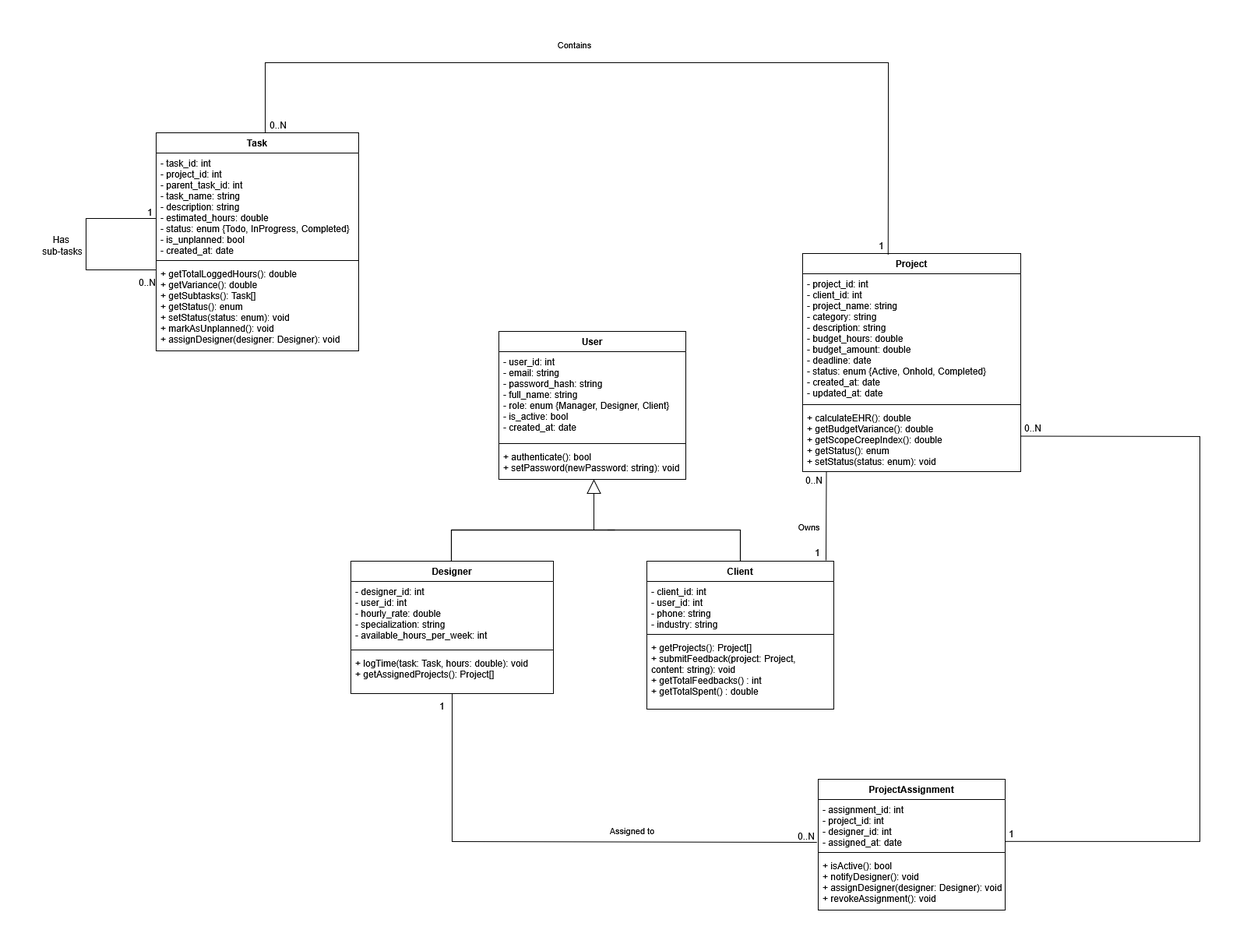
Earlier version of the draw.io export docs/diagrams/ClassSP2.drawio.png (mahdi000666/DesignFlow). Source tidied: cells renumbered, new cells last; positions are measured from the earlier drawing's top-left corner, leaving out a move shared by most shapes.
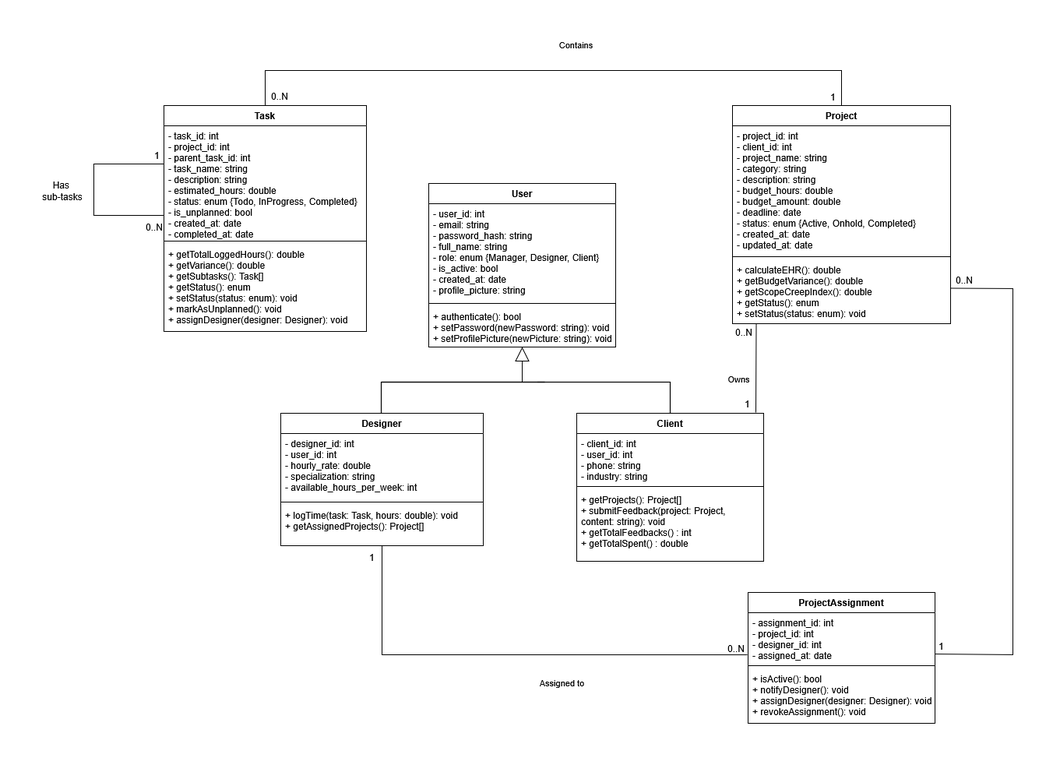
The same diagram one commit later.

Diff of the diagram source:
```diff
@@ -3,16 +3,16 @@
     <mxCell id="0" />
     <mxCell id="1" parent="0" />
     <mxCell id="2" value="User" style="swimlane;fontStyle=1;align=center;verticalAlign=top;horizontal=1;startSize=26;swimlaneFillColor=default;" parent="1" vertex="1">
-      <mxGeometry x="590" y="375" width="240" height="190" as="geometry" />
+      <mxGeometry x="590" y="375" width="240" height="210" as="geometry" />
     </mxCell>
-    <mxCell id="3" value="- user_id: int&#10;- email: string&#10;- password_hash: string&#10;- full_name: string&#10;- role: enum {Manager, Designer, Client}&#10;- is_active: bool&#10;- created_at: date" style="text;strokeColor=none;fillColor=none;align=left;verticalAlign=top;spacingLeft=4;spacingRight=4;overflow=hidden;" parent="2" vertex="1">
-      <mxGeometry y="26" width="240" height="114" as="geometry" />
+    <mxCell id="3" value="- user_id: int&#10;- email: string&#10;- password_hash: string&#10;- full_name: string&#10;- role: enum {Manager, Designer, Client}&#10;- is_active: bool&#10;- created_at: date&#10;- profile_picture: string" style="text;strokeColor=none;fillColor=none;align=left;verticalAlign=top;spacingLeft=4;spacingRight=4;overflow=hidden;" parent="2" vertex="1">
+      <mxGeometry y="26" width="240" height="124" as="geometry" />
     </mxCell>
     <mxCell id="4" style="line;strokeWidth=1;fillColor=none;align=left;verticalAlign=middle;spacingTop=-1;spacingLeft=3;spacingRight=3;labelPosition=right;" parent="2" vertex="1">
-      <mxGeometry y="140" width="240" height="8" as="geometry" />
+      <mxGeometry y="150" width="240" height="8" as="geometry" />
     </mxCell>
-    <mxCell id="5" value="+ authenticate(): bool&#10;+ setPassword(newPassword: string): void" style="text;strokeColor=none;fillColor=none;align=left;verticalAlign=top;spacingLeft=4;spacingRight=4;overflow=hidden;points=[[0,0.5],[1,0.5]];portConstraint=eastwest;" parent="2" vertex="1">
-      <mxGeometry y="148" width="240" height="42" as="geometry" />
+    <mxCell id="5" value="+ authenticate(): bool&#10;+ setPassword(newPassword: string): void&#10;+ setProfilePicture(newPicture: string): void" style="text;strokeColor=none;fillColor=none;align=left;verticalAlign=top;spacingLeft=4;spacingRight=4;overflow=hidden;points=[[0,0.5],[1,0.5]];portConstraint=eastwest;" parent="2" vertex="1">
+      <mxGeometry y="158" width="240" height="52" as="geometry" />
     </mxCell>
     <mxCell id="6" value="Designer" style="swimlane;fontStyle=1;align=center;verticalAlign=top;horizontal=1;startSize=26;swimlaneFillColor=default;" parent="1" vertex="1">
       <mxGeometry x="400" y="670" width="260" height="170" as="geometry" />
@@ -51,19 +51,19 @@
       <mxGeometry y="198" width="280" height="82" as="geometry" />
     </mxCell>
     <mxCell id="18" value="Task" style="swimlane;fontStyle=1;align=center;verticalAlign=top;horizontal=1;startSize=26;swimlaneFillColor=default;" parent="1" vertex="1">
-      <mxGeometry x="150" y="120" width="260" height="280" as="geometry" />
+      <mxGeometry x="250" y="275" width="260" height="290" as="geometry" />
     </mxCell>
-    <mxCell id="19" value="- task_id: int&#10;- project_id: int&#10;- parent_task_id: int&#10;- task_name: string&#10;- description: string&#10;- estimated_hours: double&#10;- status: enum {Todo, InProgress, Completed}&#10;- is_unplanned: bool&#10;- created_at: date" style="text;strokeColor=none;fillColor=none;align=left;verticalAlign=top;spacingLeft=4;spacingRight=4;overflow=hidden;points=[[0,0.5],[1,0.5]];portConstraint=eastwest;" parent="18" vertex="1">
-      <mxGeometry y="26" width="260" height="134" as="geometry" />
+    <mxCell id="19" value="- task_id: int&#10;- project_id: int&#10;- parent_task_id: int&#10;- task_name: string&#10;- description: string&#10;- estimated_hours: double&#10;- status: enum {Todo, InProgress, Completed}&#10;- is_unplanned: bool&#10;- created_at: date&#10;- completed_at: date" style="text;strokeColor=none;fillColor=none;align=left;verticalAlign=top;spacingLeft=4;spacingRight=4;overflow=hidden;points=[[0,0.5],[1,0.5]];portConstraint=eastwest;" parent="18" vertex="1">
+      <mxGeometry y="26" width="260" height="144" as="geometry" />
     </mxCell>
     <mxCell id="20" style="line;strokeWidth=1;fillColor=none;align=left;verticalAlign=middle;spacingTop=-1;spacingLeft=3;spacingRight=3;labelPosition=right;" parent="18" vertex="1">
-      <mxGeometry y="160" width="260" height="8" as="geometry" />
+      <mxGeometry y="170" width="260" height="8" as="geometry" />
     </mxCell>
     <mxCell id="21" value="+ getTotalLoggedHours(): double&#10;+ getVariance(): double&#10;+ getSubtasks(): Task[]&#10;+ getStatus(): enum&#10;+ setStatus(status: enum): void&#10;+ markAsUnplanned(): void&#10;+ assignDesigner(designer: Designer): void" style="text;strokeColor=none;fillColor=none;align=left;verticalAlign=top;spacingLeft=4;spacingRight=4;overflow=hidden;" parent="18" vertex="1">
-      <mxGeometry y="168" width="260" height="112" as="geometry" />
+      <mxGeometry y="178" width="260" height="112" as="geometry" />
     </mxCell>
     <mxCell id="22" value="ProjectAssignment" style="swimlane;fontStyle=1;align=center;verticalAlign=top;horizontal=1;startSize=26;swimlaneFillColor=default;" parent="1" vertex="1">
-      <mxGeometry x="1000" y="950" width="240" height="168" as="geometry" />
+      <mxGeometry x="1000" y="900" width="240" height="168" as="geometry" />
     </mxCell>
     <mxCell id="23" value="- assignment_id: int&#10;- project_id: int&#10;- designer_id: int&#10;- assigned_at: date" style="text;strokeColor=none;fillColor=none;align=left;verticalAlign=top;spacingLeft=4;spacingRight=4;overflow=hidden;points=[[0,0.5],[1,0.5]];portConstraint=eastwest;" parent="22" vertex="1">
       <mxGeometry y="26" width="240" height="64" as="geometry" />
@@ -92,17 +92,16 @@
         </Array>
       </mxGeometry>
     </mxCell>
-    <mxCell id="28" style="endArrow=block;endSize=16;endFill=0;html=1;rounded=0;entryX=0.425;entryY=0.881;entryDx=0;entryDy=0;entryPerimeter=0;labelBorderColor=#CC99FF;fontColor=default;labelBackgroundColor=default;strokeColor=default;" parent="1" edge="1">
+    <mxCell id="28" style="endArrow=block;endSize=16;endFill=0;html=1;rounded=0;labelBorderColor=#CC99FF;fontColor=default;labelBackgroundColor=default;strokeColor=default;" parent="1" edge="1" target="5">
       <mxGeometry x="-1" y="136" relative="1" as="geometry">
-        <mxPoint x="712" y="630" as="sourcePoint" />
-        <mxPoint x="712" y="565" as="targetPoint" />
+        <mxPoint x="710" y="630" as="sourcePoint" />
         <mxPoint x="-110" y="56" as="offset" />
       </mxGeometry>
     </mxCell>
-    <mxCell id="29" style="endArrow=none;html=1;rounded=0;entryX=-0.007;entryY=0.859;entryDx=0;entryDy=0;entryPerimeter=0;" parent="1" edge="1" source="9" target="23">
+    <mxCell id="29" style="endArrow=none;html=1;rounded=0;entryX=-0.004;entryY=0.845;entryDx=0;entryDy=0;entryPerimeter=0;" parent="1" edge="1" source="9" target="23">
       <mxGeometry relative="1" as="geometry">
         <Array as="points">
-          <mxPoint x="530" y="1030" />
+          <mxPoint x="530" y="980" />
         </Array>
       </mxGeometry>
     </mxCell>
@@ -141,11 +140,12 @@
         <mxPoint x="50" y="5" as="offset" />
       </mxGeometry>
     </mxCell>
-    <mxCell id="37" style="endArrow=none;html=1;rounded=0;exitX=1.003;exitY=0.842;exitDx=0;exitDy=0;exitPerimeter=0;entryX=0.996;entryY=0.446;entryDx=0;entryDy=0;entryPerimeter=0;" parent="1" edge="1" source="23" target="17">
+    <mxCell id="37" style="endArrow=none;html=1;rounded=0;exitX=1.003;exitY=0.83;exitDx=0;exitDy=0;exitPerimeter=0;entryX=0.996;entryY=0.446;entryDx=0;entryDy=0;entryPerimeter=0;" parent="1" edge="1" source="23" target="17">
       <mxGeometry relative="1" as="geometry">
         <Array as="points">
-          <mxPoint x="1490" y="1030" />
-          <mxPoint x="1490" y="510" />
+          <mxPoint x="1340" y="980" />
+          <mxPoint x="1340" y="790" />
+          <mxPoint x="1340" y="510" />
         </Array>
       </mxGeometry>
     </mxCell>
@@ -156,47 +156,27 @@
     </mxCell>
     <mxCell id="39" value="0..N" style="html=1;whiteSpace=wrap;align=right;verticalAlign=bottom;" parent="37" vertex="1">
       <mxGeometry x="1" relative="1" as="geometry">
-        <mxPoint x="28" y="-2" as="offset" />
+        <mxPoint x="30" y="-2" as="offset" />
       </mxGeometry>
     </mxCell>
-    <mxCell id="40" style="endArrow=none;html=1;rounded=0;exitX=0.392;exitY=0.006;exitDx=0;exitDy=0;exitPerimeter=0;" parent="1" edge="1" source="14">
-      <mxGeometry relative="1" as="geometry">
-        <mxPoint x="290" y="120" as="targetPoint" />
-        <Array as="points">
-          <mxPoint x="1090" y="150" />
-          <mxPoint x="1090" y="30" />
-          <mxPoint x="570" y="30" />
-          <mxPoint x="290" y="30" />
-        </Array>
-      </mxGeometry>
-    </mxCell>
-    <mxCell id="41" value="1" style="html=1;whiteSpace=wrap;align=left;verticalAlign=bottom;" parent="40" vertex="1">
-      <mxGeometry x="-1" relative="1" as="geometry">
-        <mxPoint x="-14" y="-3" as="offset" />
-      </mxGeometry>
-    </mxCell>
-    <mxCell id="42" value="0..N" style="html=1;whiteSpace=wrap;align=right;verticalAlign=bottom;" parent="40" vertex="1">
-      <mxGeometry x="1" relative="1" as="geometry">
-        <mxPoint x="28" y="-2" as="offset" />
-      </mxGeometry>
-    </mxCell>
     <mxCell id="43" value="Contains" style="edgeLabel;html=1;align=center;verticalAlign=middle;" parent="1" vertex="1">
-      <mxGeometry x="668" as="geometry">
+      <mxGeometry x="760" y="190" as="geometry">
         <mxPoint x="18" y="6" as="offset" />
       </mxGeometry>
     </mxCell>
-    <mxCell id="44" style="endArrow=none;html=1;rounded=0;entryX=0;entryY=0.627;entryDx=0;entryDy=0;entryPerimeter=0;" parent="1" edge="1" target="19">
+    <mxCell id="44" style="endArrow=none;html=1;rounded=0;" parent="1" edge="1">
       <mxGeometry relative="1" as="geometry">
-        <mxPoint x="150" y="296" as="sourcePoint" />
+        <mxPoint x="250" y="416" as="sourcePoint" />
+        <mxPoint x="250" y="350" as="targetPoint" />
         <Array as="points">
-          <mxPoint x="60" y="296" />
-          <mxPoint x="60" y="230" />
+          <mxPoint x="160" y="416" />
+          <mxPoint x="160" y="350" />
         </Array>
       </mxGeometry>
     </mxCell>
     <mxCell id="45" value="1" style="html=1;whiteSpace=wrap;align=left;verticalAlign=bottom;" parent="44" vertex="1">
       <mxGeometry x="-1" relative="1" as="geometry">
-        <mxPoint x="-13" y="-66" as="offset" />
+        <mxPoint x="-14" y="-68" as="offset" />
       </mxGeometry>
     </mxCell>
     <mxCell id="46" value="0..N" style="html=1;whiteSpace=wrap;align=right;verticalAlign=bottom;" parent="44" vertex="1">
@@ -205,7 +185,26 @@
       </mxGeometry>
     </mxCell>
     <mxCell id="47" value="&lt;div&gt;Has&amp;nbsp;&lt;/div&gt;&lt;div&gt;sub-tasks&lt;/div&gt;" style="text;html=1;whiteSpace=wrap;strokeColor=none;fillColor=none;align=center;verticalAlign=middle;rounded=0;" parent="1" vertex="1">
-      <mxGeometry y="250" width="60" height="30" as="geometry" />
+      <mxGeometry x="90" y="370" width="60" height="30" as="geometry" />
     </mxCell>
+    <mxCell id="48" style="endArrow=none;html=1;rounded=0;entryX=0.5;entryY=0;entryDx=0;entryDy=0;exitX=0.5;exitY=0;exitDx=0;exitDy=0;" parent="1" edge="1" source="14" target="18">
+      <mxGeometry relative="1" as="geometry">
+        <Array as="points">
+          <mxPoint x="1120" y="230" />
+          <mxPoint x="780" y="230" />
+          <mxPoint x="380" y="230" />
+        </Array>
+      </mxGeometry>
+    </mxCell>
+    <mxCell id="41" value="1" style="html=1;whiteSpace=wrap;align=left;verticalAlign=bottom;" parent="48" vertex="1">
+      <mxGeometry x="-1" relative="1" as="geometry">
+        <mxPoint x="-16" y="-2" as="offset" />
+      </mxGeometry>
+    </mxCell>
+    <mxCell id="42" value="0..N" style="html=1;whiteSpace=wrap;align=right;verticalAlign=bottom;" parent="48" vertex="1">
+      <mxGeometry x="1" relative="1" as="geometry">
+        <mxPoint x="31" y="-3" as="offset" />
+      </mxGeometry>
+    </mxCell>
   </root>
 </mxGraphModel>
```
